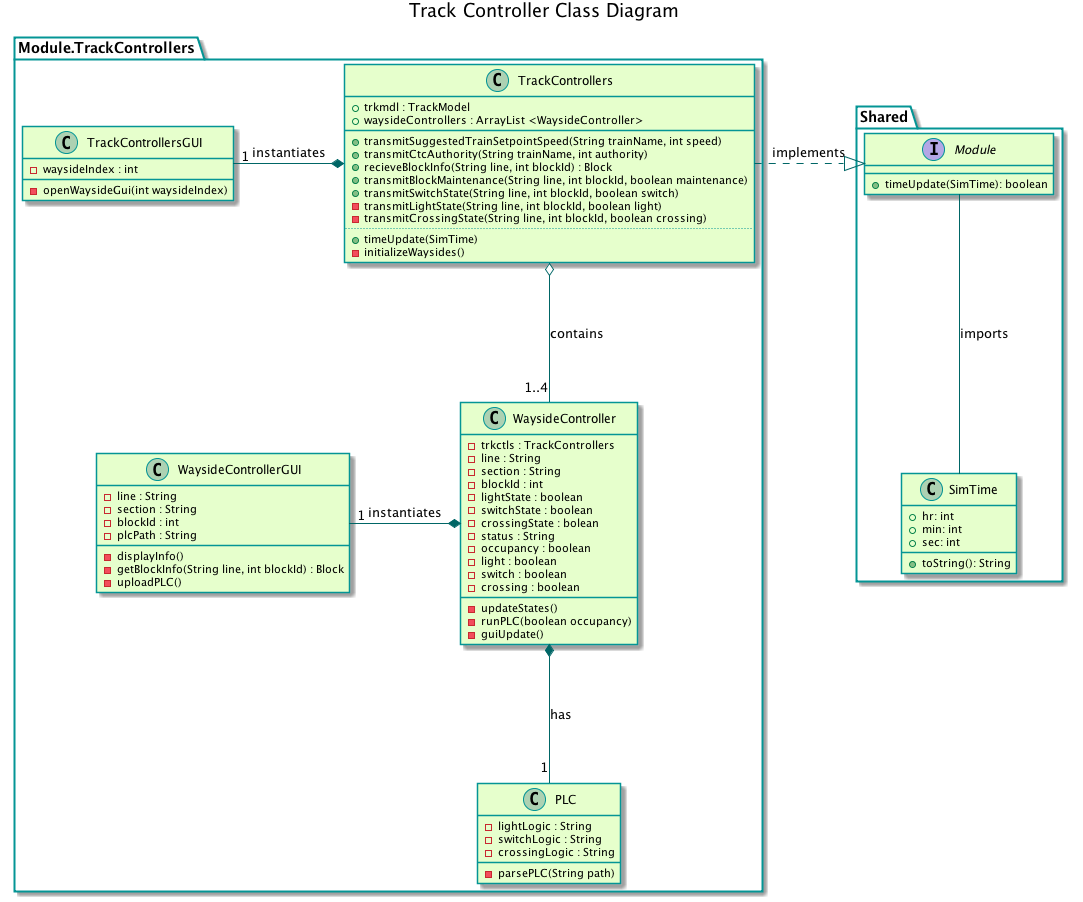
Before: TrainSystem/yUML/Class Diagrams/TrackControllerClassDiagram.png, a diagram exported from PlantUML (kevingilboy/COE1186).
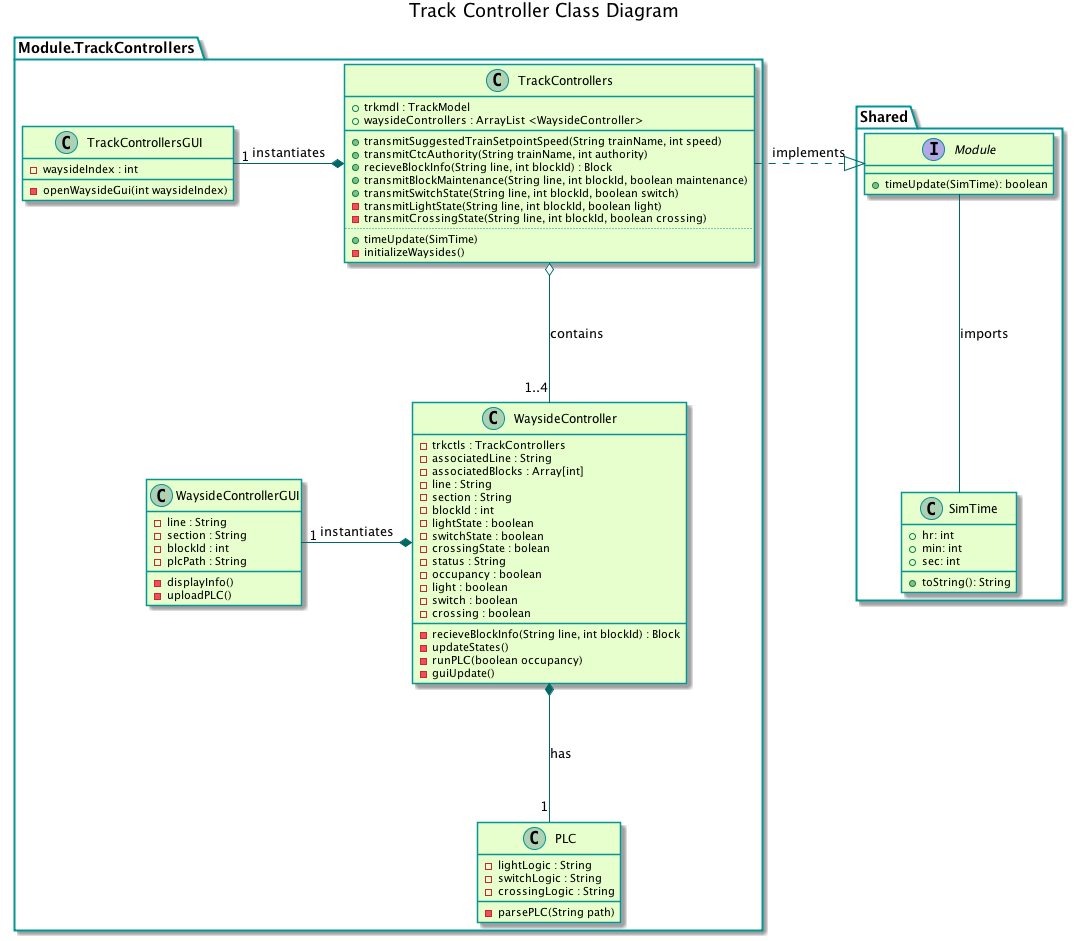
The same diagram one commit later.

Commit message:
Updated Track controlller class diagram

The edit, as a diff of the source:
```diff
@@ -44,6 +44,8 @@
 
 	class WaysideController {
 		{field} - trkctls : TrackControllers
+		{field} - associatedLine : String
+		{field} - associatedBlocks : Array[int]
 		{field} - line : String
 		{field} - section : String
 		{field} - blockId : int
@@ -56,6 +58,7 @@
 		{field} - switch : boolean
 		{field} - crossing : boolean
 		__
+		{method} - recieveBlockInfo(String line, int blockId) : Block
 		{method} - updateStates()
 		{method} - runPLC(boolean occupancy)
 		{method} - guiUpdate()
@@ -68,7 +71,6 @@
 		{field} - plcPath : String
 		__
 		{method} - displayInfo()
-		{method} - getBlockInfo(String line, int blockId) : Block
 		{method} - uploadPLC()
 	}
 
```
